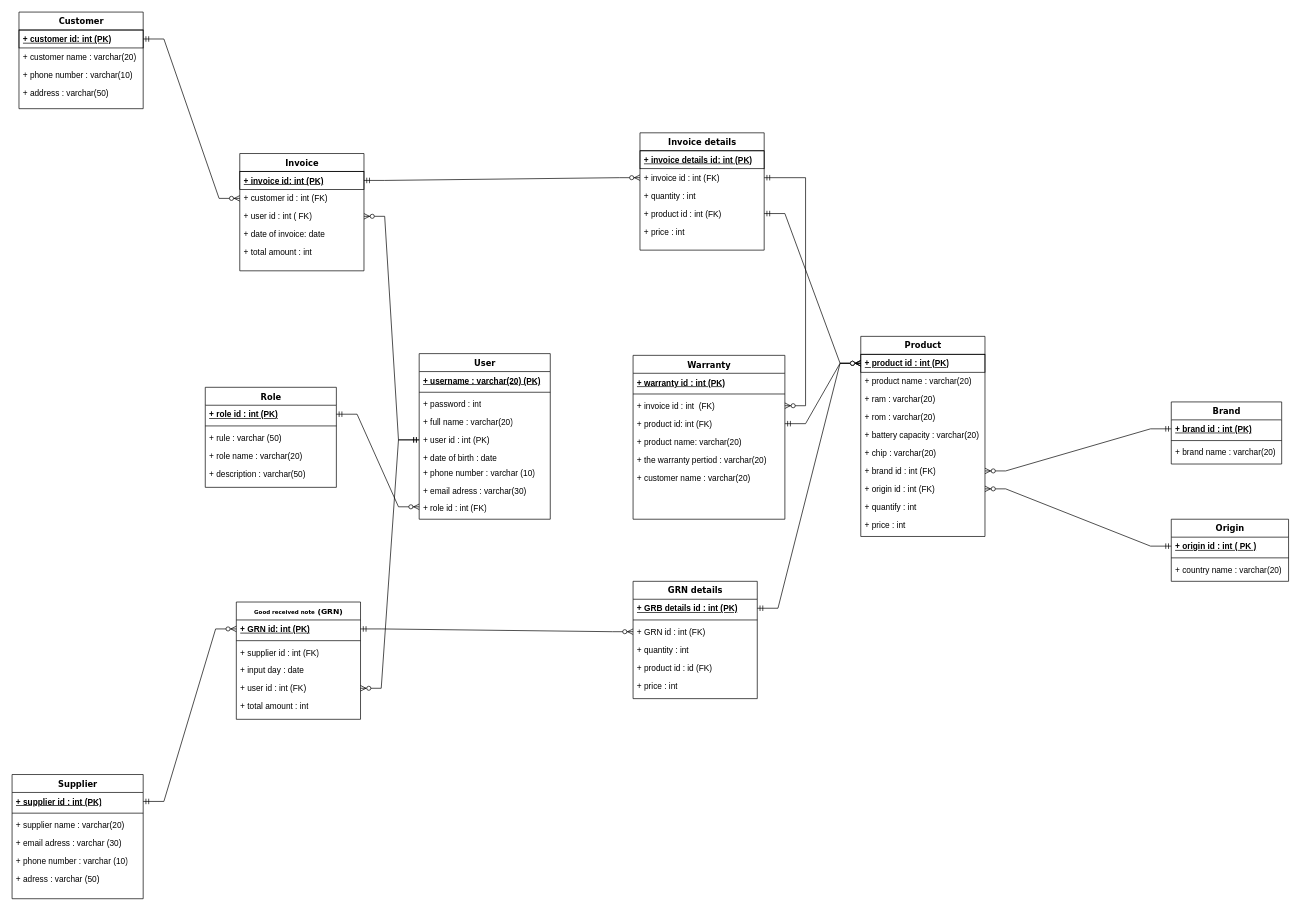
Before: store/src/main/java/phonestore/rdm phone_store (1) (1).drawio in hau17/vd_store, a draw.io diagram. Source tidied: cells renumbered, new cells numbered last; positions are measured from the earlier drawing's top-left corner, leaving out a move shared by most shapes. Both pictures are drawn from the tidied source at 69%, with x=0, y=0 at pixel (12, 12).
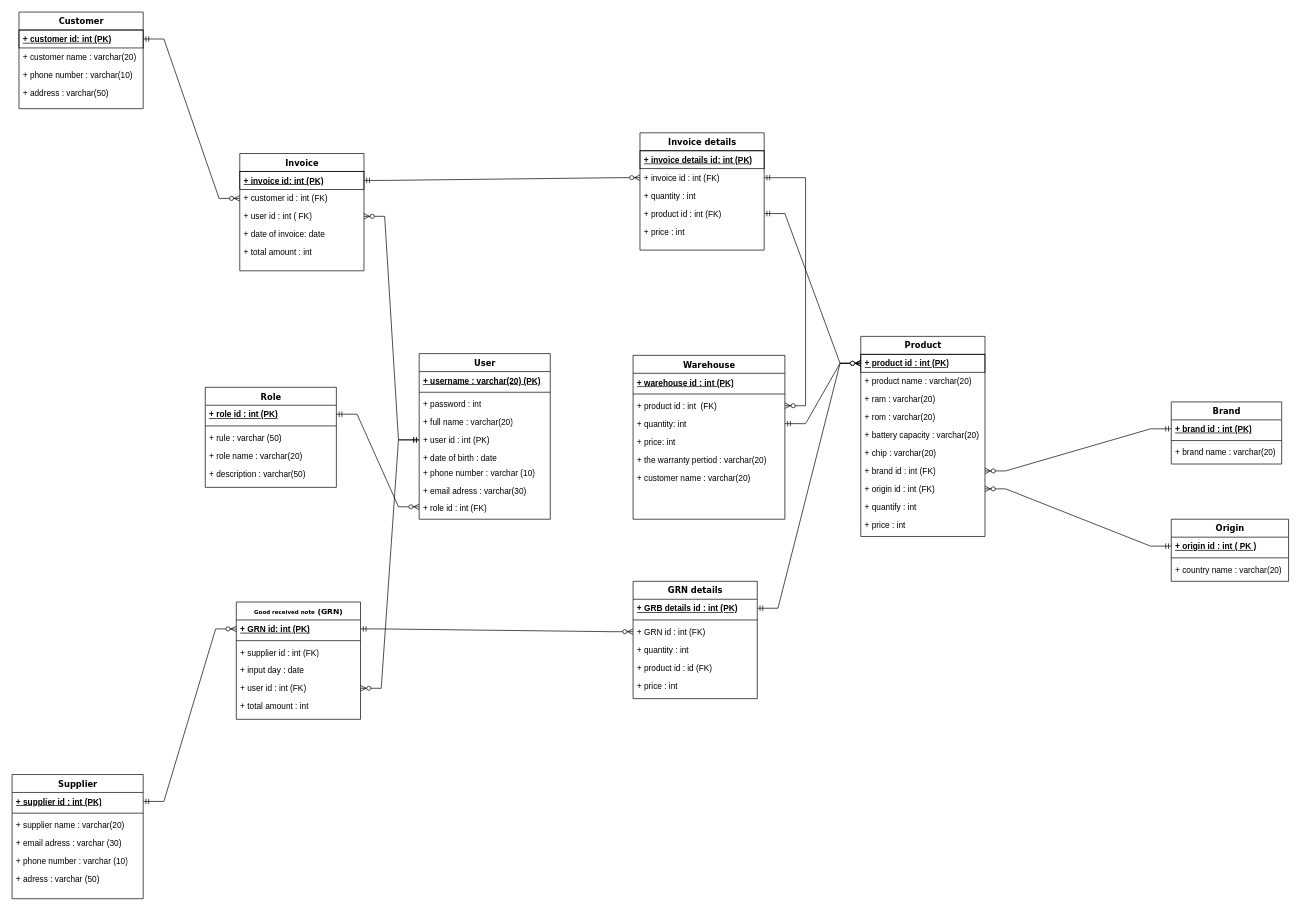
Above is the later version.

Diff of the diagram source:
```diff
@@
-    <mxCell id="78" value="Warranty" style="swimlane;html=1;fontStyle=1;align=center;verticalAlign=top;horizontal=1;startSize=26;swimlaneFillColor=#ffffff;rounded=0;shadow=0;comic=0;labelBackgroundColor=none;strokeWidth=1;fillColor=none;fontFamily=Verdana;fontSize=12;" parent="1" vertex="1">
+    <mxCell id="78" value="Warehouse" style="swimlane;html=1;fontStyle=1;align=center;verticalAlign=top;horizontal=1;startSize=26;swimlaneFillColor=#ffffff;rounded=0;shadow=0;comic=0;labelBackgroundColor=none;strokeWidth=1;fillColor=none;fontFamily=Verdana;fontSize=12;" parent="1" vertex="1">
       <mxGeometry x="900" y="497.5" width="220" height="237.5" as="geometry" />
     </mxCell>
-    <mxCell id="79" value="+&amp;nbsp;warranty id : int (PK)" style="text;html=1;strokeColor=none;fillColor=none;align=left;verticalAlign=top;spacingLeft=4;spacingRight=4;whiteSpace=wrap;overflow=hidden;fontStyle=5;" parent="78" vertex="1">
+    <mxCell id="79" value="+ warehouse id : int (PK)" style="text;html=1;strokeColor=none;fillColor=none;align=left;verticalAlign=top;spacingLeft=4;spacingRight=4;whiteSpace=wrap;overflow=hidden;fontStyle=5;" parent="78" vertex="1">
       <mxGeometry y="26" width="220" height="26" as="geometry" />
     </mxCell>
@@
-    <mxCell id="81" value="+ invoice id : int&amp;nbsp; (FK)" style="text;html=1;strokeColor=none;fillColor=none;align=left;verticalAlign=top;spacingLeft=4;spacingRight=4;whiteSpace=wrap;overflow=hidden;points=[[0,0.5],[1,0.5]];portConstraint=eastwest;" parent="78" vertex="1">
+    <mxCell id="81" value="+ product id : int&amp;nbsp; (FK)" style="text;html=1;strokeColor=none;fillColor=none;align=left;verticalAlign=top;spacingLeft=4;spacingRight=4;whiteSpace=wrap;overflow=hidden;points=[[0,0.5],[1,0.5]];portConstraint=eastwest;" parent="78" vertex="1">
       <mxGeometry y="60" width="220" height="26" as="geometry" />
     </mxCell>
-    <mxCell id="82" value="+ product id: int (FK)&amp;nbsp;" style="text;html=1;strokeColor=none;fillColor=none;align=left;verticalAlign=top;spacingLeft=4;spacingRight=4;whiteSpace=wrap;overflow=hidden;points=[[0,0.5],[1,0.5]];portConstraint=eastwest;" parent="78" vertex="1">
+    <mxCell id="82" value="+ quantity: int&amp;nbsp;" style="text;html=1;strokeColor=none;fillColor=none;align=left;verticalAlign=top;spacingLeft=4;spacingRight=4;whiteSpace=wrap;overflow=hidden;points=[[0,0.5],[1,0.5]];portConstraint=eastwest;" parent="78" vertex="1">
       <mxGeometry y="86" width="220" height="26" as="geometry" />
     </mxCell>
-    <mxCell id="83" value="+ product name: varchar(20)&amp;nbsp;&amp;nbsp;" style="text;html=1;strokeColor=none;fillColor=none;align=left;verticalAlign=top;spacingLeft=4;spacingRight=4;whiteSpace=wrap;overflow=hidden;" parent="78" vertex="1">
+    <mxCell id="83" value="+ price: int&amp;nbsp;&amp;nbsp;" style="text;html=1;strokeColor=none;fillColor=none;align=left;verticalAlign=top;spacingLeft=4;spacingRight=4;whiteSpace=wrap;overflow=hidden;" parent="78" vertex="1">
       <mxGeometry y="112" width="220" height="26" as="geometry" />
     </mxCell>
```
